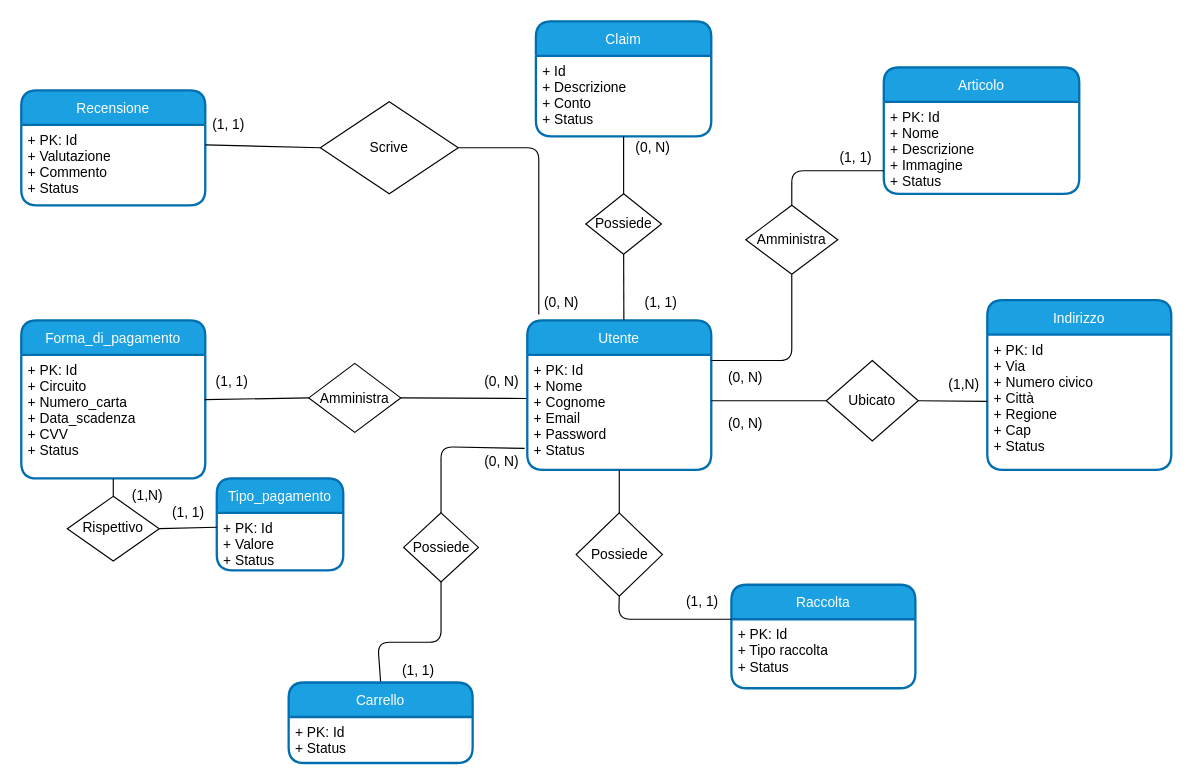
The draw.io diagram doc/utente/schema_utente.drawio in EndriDomiUni/E-commerce, before the edit. Source tidied: cells renumbered, new cells numbered last; positions are measured from the earlier drawing's top-left corner, leaving out a move shared by most shapes. Both pictures are drawn from the tidied source at 115%, with x=0, y=0 at pixel (21, 21).
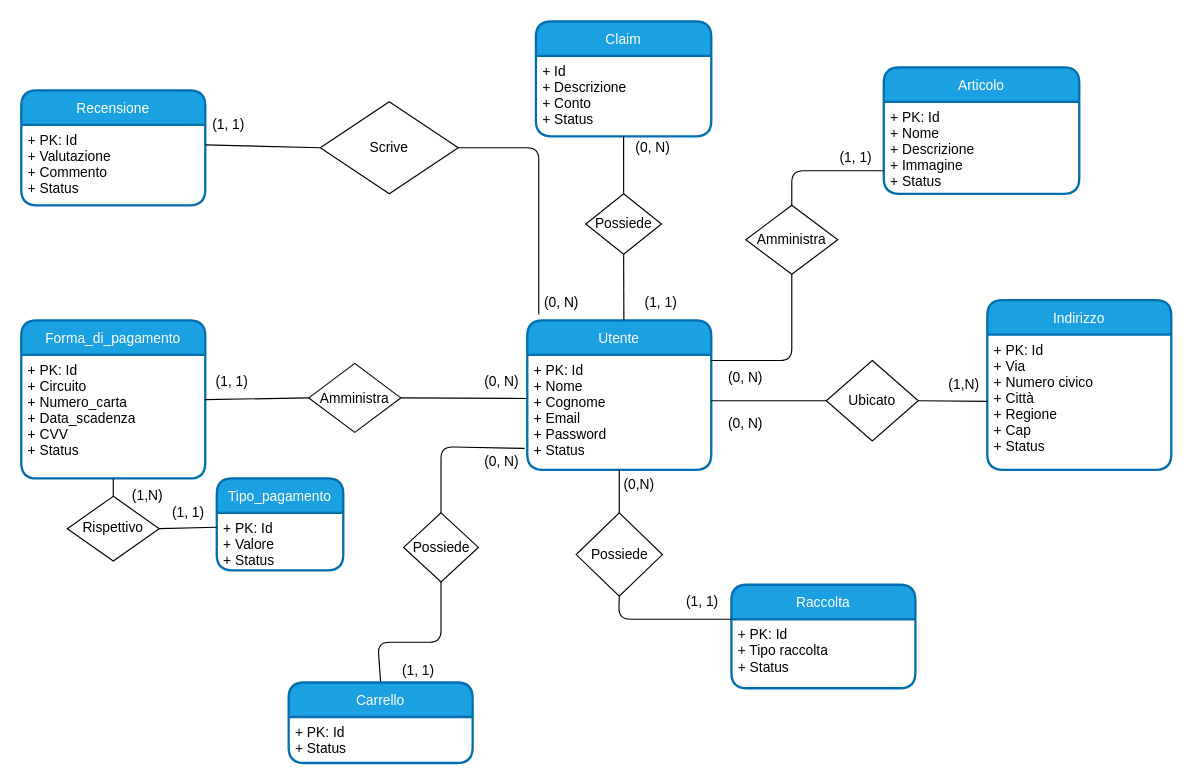
The same page after the edit.

Commit message (it also covers changes not shown here):
Update schema utente

The edit, as a diff of the source:
```diff
@@
+    <mxCell id="62" value="(0,N)" style="text;html=1;align=center;verticalAlign=middle;strokeColor=none;fillColor=none;" parent="1" vertex="1">
+      <mxGeometry x="516.6" y="393.1" width="40" height="20" as="geometry" />
+    </mxCell>
```
